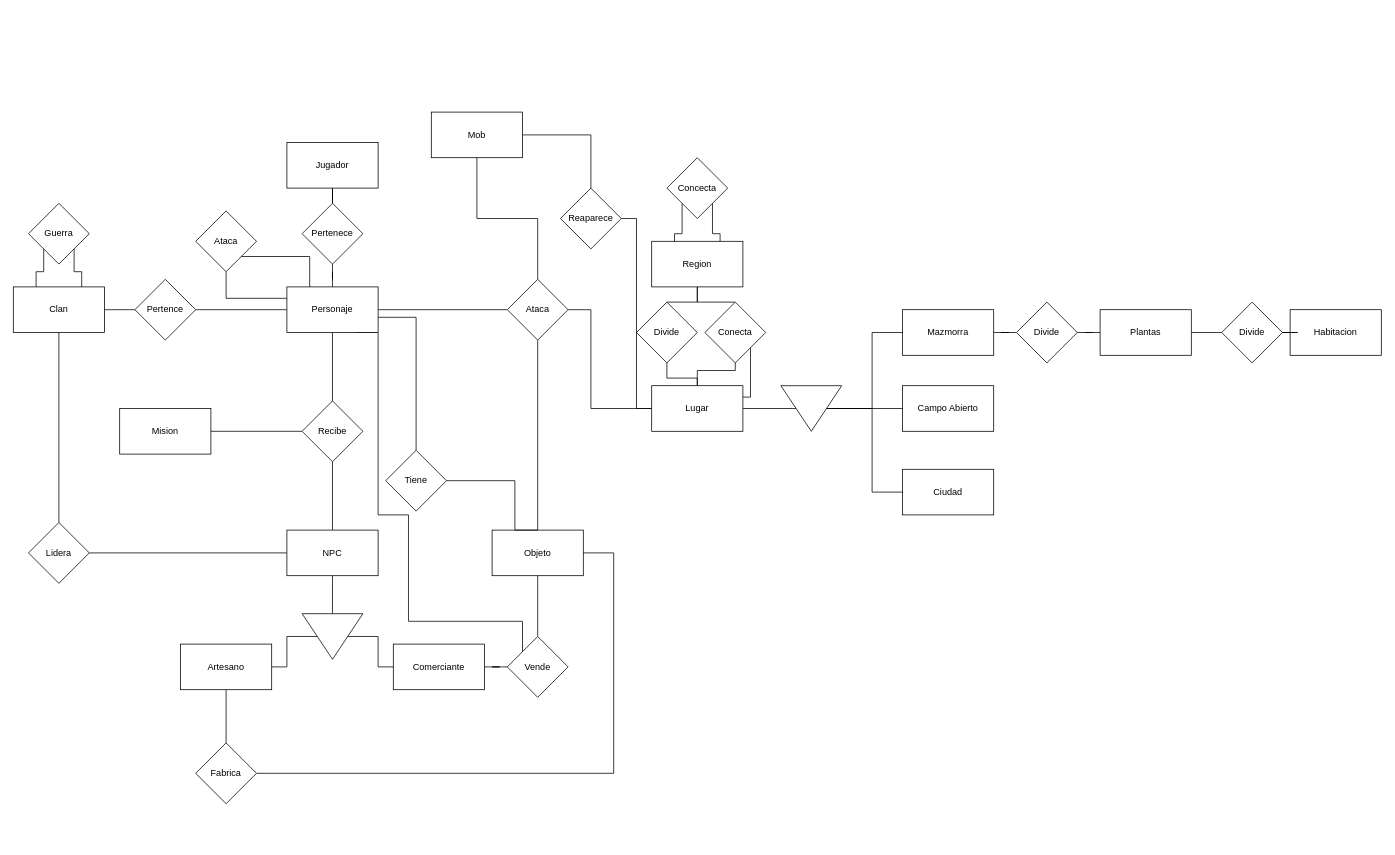
The draw.io diagram Base Datos/Diagramas ER/Proyecto BBDD sin atributos.drawio in Gotrufo-Eloy/Proyectos, before the edit. Source tidied: cells renumbered, new cells numbered last; positions are measured from the earlier drawing's top-left corner, leaving out a move shared by most shapes. Both pictures are drawn from the tidied source at 76%, with x=0, y=0 at pixel (13, 112).
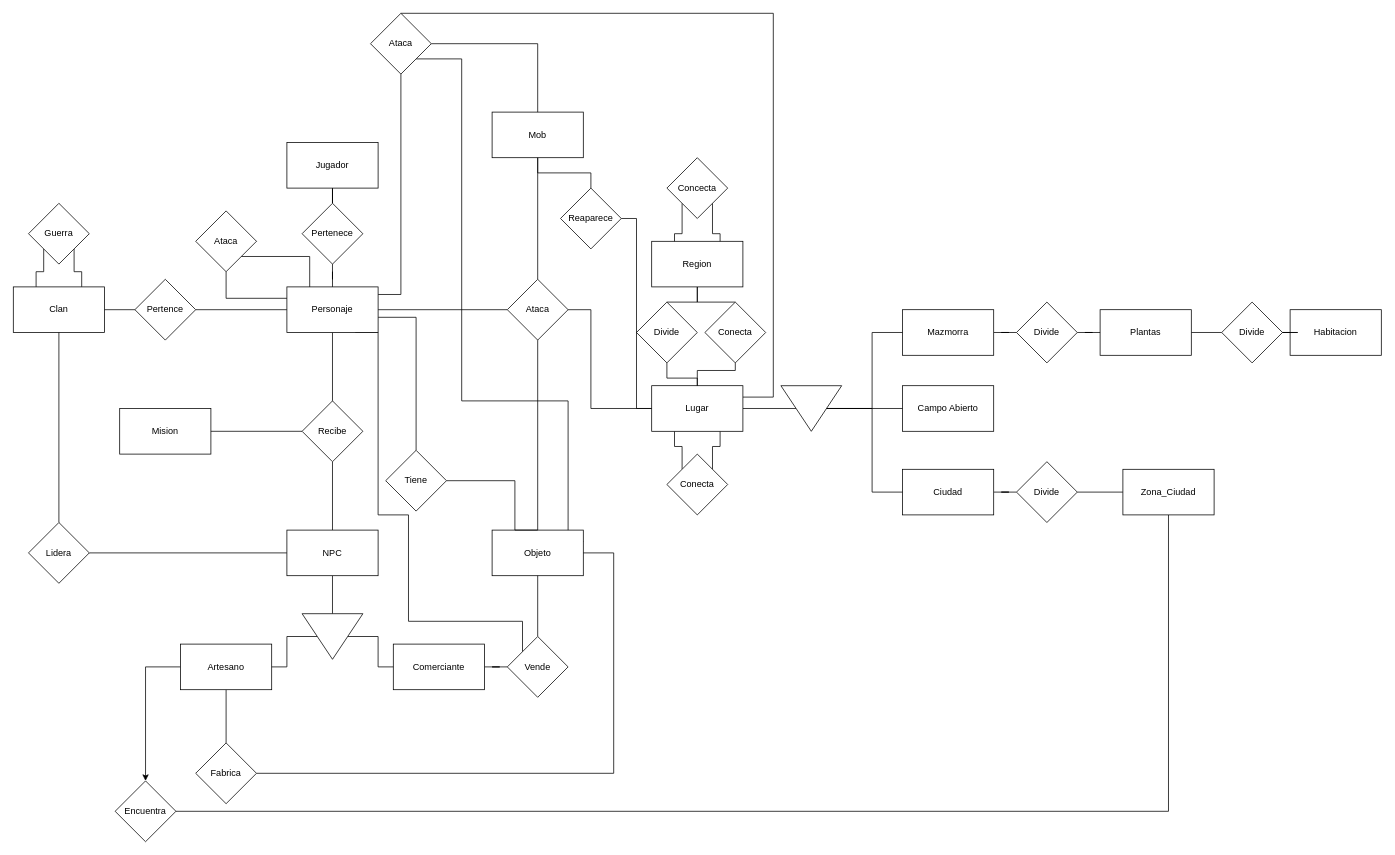
Above is the later version.

Unchanged cells that the change refers to:
```xml
<mxCell id="9" value="Personaje" style="rounded=0;whiteSpace=wrap;html=1;" parent="1" vertex="1">
  <mxGeometry x="360" y="230" width="120" height="60" as="geometry" />
</mxCell>
<mxCell id="11" value="Objeto" style="rounded=0;whiteSpace=wrap;html=1;" parent="1" vertex="1">
  <mxGeometry x="630" y="550" width="120" height="60" as="geometry" />
</mxCell>
<mxCell id="20" value="Lugar" style="rounded=0;whiteSpace=wrap;html=1;" parent="1" vertex="1">
  <mxGeometry x="840" y="360" width="120" height="60" as="geometry" />
</mxCell>
<mxCell id="28" value="Ciudad" style="rounded=0;whiteSpace=wrap;html=1;" parent="1" vertex="1">
  <mxGeometry x="1170" y="470" width="120" height="60" as="geometry" />
</mxCell>
<mxCell id="33" value="Artesano" style="rounded=0;whiteSpace=wrap;html=1;" parent="1" vertex="1">
  <mxGeometry x="220" y="700" width="120" height="60" as="geometry" />
</mxCell>
<mxCell id="75" value="Conecta" style="rhombus;whiteSpace=wrap;html=1;" parent="1" vertex="1">
  <mxGeometry x="910" y="250" width="80" height="80" as="geometry" />
</mxCell>
```

Change to the diagram source:
```diff
@@
+    <mxCell id="80" style="edgeStyle=orthogonalEdgeStyle;rounded=0;jettySize=auto;html=1;endArrow=none;endFill=0;" parent="1" edge="1" source="9" target="94">
+      <mxGeometry relative="1" as="geometry">
+        <Array as="points">
+          <mxPoint x="510" y="240" />
+        </Array>
+      </mxGeometry>
+    </mxCell>
@@
+    <mxCell id="81" style="edgeStyle=orthogonalEdgeStyle;rounded=0;jettySize=auto;html=1;exitX=1;exitY=0.25;exitDx=0;exitDy=0;entryX=1;entryY=1;entryDx=0;entryDy=0;endArrow=none;endFill=0;" parent="1" edge="1" source="11" target="94">
+      <mxGeometry relative="1" as="geometry">
+        <Array as="points">
+          <mxPoint x="730" y="565" />
+          <mxPoint x="730" y="380" />
+          <mxPoint x="590" y="380" />
+          <mxPoint x="590" y="-70" />
+        </Array>
+      </mxGeometry>
+    </mxCell>
@@
     <mxCell id="13" value="Mob" style="rounded=0;whiteSpace=wrap;html=1;" parent="1" vertex="1">
-      <mxGeometry x="550" width="120" height="60" as="geometry" />
+      <mxGeometry x="630" width="120" height="60" as="geometry" />
     </mxCell>
@@
+    <mxCell id="82" style="edgeStyle=orthogonalEdgeStyle;rounded=0;jettySize=auto;html=1;exitX=0.25;exitY=1;exitDx=0;exitDy=0;entryX=0;entryY=0;entryDx=0;entryDy=0;endArrow=none;endFill=0;" parent="1" edge="1" source="20" target="92">
+      <mxGeometry relative="1" as="geometry" />
+    </mxCell>
+    <mxCell id="83" style="edgeStyle=orthogonalEdgeStyle;rounded=0;jettySize=auto;html=1;exitX=0.75;exitY=1;exitDx=0;exitDy=0;entryX=1;entryY=0;entryDx=0;entryDy=0;endArrow=none;endFill=0;" parent="1" edge="1" source="20" target="92">
+      <mxGeometry relative="1" as="geometry" />
+    </mxCell>
+    <mxCell id="84" style="edgeStyle=orthogonalEdgeStyle;rounded=0;jettySize=auto;html=1;exitX=1;exitY=0.25;exitDx=0;exitDy=0;entryX=0.5;entryY=0;entryDx=0;entryDy=0;endArrow=none;endFill=0;" parent="1" edge="1" source="20" target="94">
+      <mxGeometry relative="1" as="geometry">
+        <Array as="points">
+          <mxPoint x="1000" y="375" />
+          <mxPoint x="1000" y="-130" />
+        </Array>
+      </mxGeometry>
+    </mxCell>
@@
+    <mxCell id="85" style="edgeStyle=orthogonalEdgeStyle;rounded=0;jettySize=auto;html=1;endArrow=none;endFill=0;" parent="1" edge="1" source="28" target="90">
+      <mxGeometry relative="1" as="geometry" />
+    </mxCell>
@@
+    <mxCell id="86" style="edgeStyle=orthogonalEdgeStyle;rounded=0;jettySize=auto;html=1;" parent="1" edge="1" source="33" target="88">
+      <mxGeometry relative="1" as="geometry" />
+    </mxCell>
@@
-    <mxCell id="74" style="edgeStyle=orthogonalEdgeStyle;rounded=0;jettySize=auto;html=1;exitX=1;exitY=1;exitDx=0;exitDy=0;entryX=1;entryY=0.25;entryDx=0;entryDy=0;endArrow=none;endFill=0;" parent="1" edge="1" source="75" target="20">
-      <mxGeometry relative="1" as="geometry">
-        <Array as="points">
-          <mxPoint x="970" y="375" />
-        </Array>
-      </mxGeometry>
-    </mxCell>
@@
+    <mxCell id="87" style="edgeStyle=orthogonalEdgeStyle;rounded=0;jettySize=auto;html=1;entryX=0.5;entryY=1;entryDx=0;entryDy=0;endArrow=none;endFill=0;" parent="1" edge="1" source="88" target="91">
+      <mxGeometry relative="1" as="geometry" />
+    </mxCell>
+    <mxCell id="88" value="Encuentra" style="rhombus;whiteSpace=wrap;html=1;rounded=0;" parent="1" vertex="1">
+      <mxGeometry x="134" y="880" width="80" height="80" as="geometry" />
+    </mxCell>
+    <mxCell id="89" style="edgeStyle=orthogonalEdgeStyle;rounded=0;jettySize=auto;html=1;endArrow=none;endFill=0;" parent="1" edge="1" source="90" target="91">
+      <mxGeometry relative="1" as="geometry" />
+    </mxCell>
+    <mxCell id="90" value="Divide" style="rhombus;whiteSpace=wrap;html=1;rounded=0;" parent="1" vertex="1">
+      <mxGeometry x="1320" y="460" width="80" height="80" as="geometry" />
+    </mxCell>
+    <mxCell id="91" value="Zona_Ciudad" style="whiteSpace=wrap;html=1;rounded=0;" parent="1" vertex="1">
+      <mxGeometry x="1460" y="470" width="120" height="60" as="geometry" />
+    </mxCell>
+    <mxCell id="92" value="Conecta" style="rhombus;whiteSpace=wrap;html=1;" parent="1" vertex="1">
+      <mxGeometry x="860" y="450" width="80" height="80" as="geometry" />
+    </mxCell>
+    <mxCell id="93" style="edgeStyle=orthogonalEdgeStyle;rounded=0;jettySize=auto;html=1;exitX=1;exitY=0.5;exitDx=0;exitDy=0;entryX=0.5;entryY=0;entryDx=0;entryDy=0;endArrow=none;endFill=0;" parent="1" edge="1" source="94" target="13">
+      <mxGeometry relative="1" as="geometry" />
+    </mxCell>
+    <mxCell id="94" value="Ataca" style="rhombus;whiteSpace=wrap;html=1;rounded=0;" parent="1" vertex="1">
+      <mxGeometry x="470" y="-130" width="80" height="80" as="geometry" />
+    </mxCell>
```
